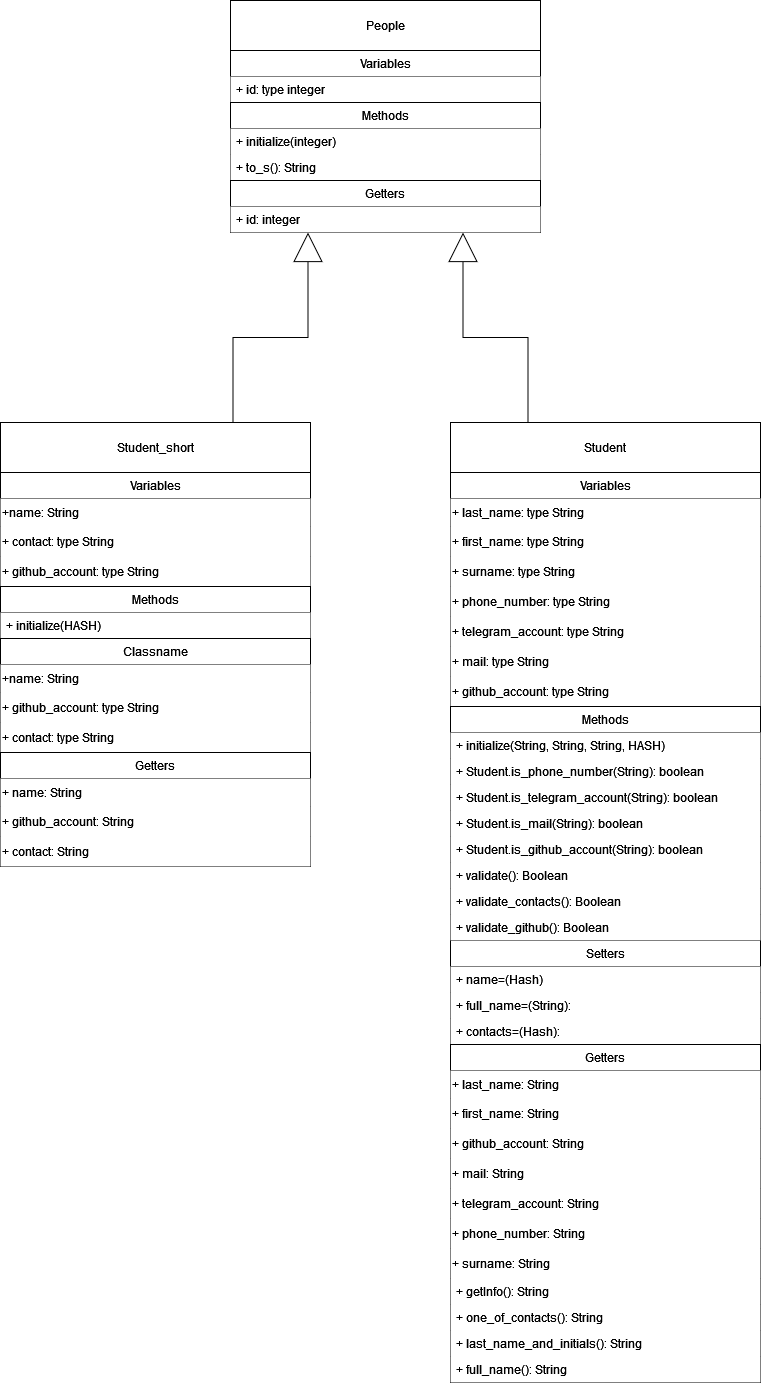
This is Ruby_Kernel_classes_and_models/class_diagram.png from KIJEMORI/Design_Patterns_Ruby, a draw.io export, as it was before one commit. Source tidied: cells renumbered, new cells last; positions are measured from the earlier drawing's top-left corner, leaving out a move shared by most shapes. The source it was exported from:
```xml
<mxGraphModel>
  <root>
    <mxCell id="0" />
    <mxCell id="1" parent="0" />
    <mxCell id="2" value="Setters" style="swimlane;fontStyle=0;horizontal=1;startSize=26;fillColor=default;whiteSpace=wrap;html=1;" parent="1" vertex="1">
      <mxGeometry x="450" y="940" width="310" height="104" as="geometry" />
    </mxCell>
    <mxCell id="3" value="+ name=(Hash)" style="text;strokeColor=none;fillColor=#FFFFFF;align=left;verticalAlign=top;spacingLeft=4;spacingRight=4;overflow=hidden;whiteSpace=wrap;html=1;" parent="2" vertex="1">
      <mxGeometry y="26" width="310" height="26" as="geometry" />
    </mxCell>
    <mxCell id="4" value="+ full_name=(String):" style="text;strokeColor=none;fillColor=#FFFFFF;align=left;verticalAlign=top;spacingLeft=4;spacingRight=4;overflow=hidden;whiteSpace=wrap;html=1;" parent="2" vertex="1">
      <mxGeometry y="52" width="310" height="26" as="geometry" />
    </mxCell>
    <mxCell id="5" value="+ contacts=(Hash):" style="text;strokeColor=none;fillColor=#FFFFFF;align=left;verticalAlign=top;spacingLeft=4;spacingRight=4;overflow=hidden;whiteSpace=wrap;html=1;" parent="2" vertex="1">
      <mxGeometry y="78" width="310" height="26" as="geometry" />
    </mxCell>
    <mxCell id="6" value="Getters" style="swimlane;fontStyle=0;horizontal=1;startSize=26;fillColor=default;whiteSpace=wrap;html=1;" parent="1" vertex="1">
      <mxGeometry x="450" y="1044" width="310" height="338" as="geometry" />
    </mxCell>
    <mxCell id="7" value="&lt;div&gt;+ last_name: String&lt;br&gt;&lt;/div&gt;" style="text;html=1;align=left;verticalAlign=middle;whiteSpace=wrap;rounded=0;fillColor=#FFFFFF;" parent="6" vertex="1">
      <mxGeometry y="26" width="310" height="28" as="geometry" />
    </mxCell>
    <mxCell id="8" value="&lt;div&gt;+ first_name: String&lt;br&gt;&lt;/div&gt;" style="text;html=1;align=left;verticalAlign=middle;whiteSpace=wrap;rounded=0;fillColor=#FFFFFF;" parent="6" vertex="1">
      <mxGeometry y="54" width="310" height="30" as="geometry" />
    </mxCell>
    <mxCell id="9" value="&lt;div&gt;+ github_account: String&lt;br&gt;&lt;/div&gt;" style="text;html=1;align=left;verticalAlign=middle;whiteSpace=wrap;rounded=0;fillColor=#FFFFFF;" parent="6" vertex="1">
      <mxGeometry y="84" width="310" height="30" as="geometry" />
    </mxCell>
    <mxCell id="10" value="&lt;div&gt;+ mail: String&lt;br&gt;&lt;/div&gt;" style="text;html=1;align=left;verticalAlign=middle;whiteSpace=wrap;rounded=0;fillColor=#FFFFFF;" parent="6" vertex="1">
      <mxGeometry y="114" width="310" height="30" as="geometry" />
    </mxCell>
    <mxCell id="11" value="&lt;div&gt;+ telegram_account: String&lt;br&gt;&lt;/div&gt;" style="text;html=1;align=left;verticalAlign=middle;whiteSpace=wrap;rounded=0;fillColor=#FFFFFF;" parent="6" vertex="1">
      <mxGeometry y="144" width="310" height="30" as="geometry" />
    </mxCell>
    <mxCell id="12" value="&lt;div&gt;+ phone_number: String&lt;br&gt;&lt;/div&gt;" style="text;html=1;align=left;verticalAlign=middle;whiteSpace=wrap;rounded=0;fillColor=#FFFFFF;" parent="6" vertex="1">
      <mxGeometry y="174" width="310" height="30" as="geometry" />
    </mxCell>
    <mxCell id="13" value="&lt;div&gt;+ surname: String&lt;br&gt;&lt;/div&gt;" style="text;html=1;align=left;verticalAlign=middle;whiteSpace=wrap;rounded=0;fillColor=#FFFFFF;" parent="6" vertex="1">
      <mxGeometry y="204" width="310" height="30" as="geometry" />
    </mxCell>
    <mxCell id="14" value="+ getInfo(): String" style="text;strokeColor=none;fillColor=#FFFFFF;align=left;verticalAlign=top;spacingLeft=4;spacingRight=4;overflow=hidden;whiteSpace=wrap;html=1;" parent="6" vertex="1">
      <mxGeometry y="234" width="310" height="26" as="geometry" />
    </mxCell>
    <mxCell id="15" value="+ one_of_contacts(): String" style="text;strokeColor=none;fillColor=#FFFFFF;align=left;verticalAlign=top;spacingLeft=4;spacingRight=4;overflow=hidden;whiteSpace=wrap;html=1;" parent="6" vertex="1">
      <mxGeometry y="260" width="310" height="26" as="geometry" />
    </mxCell>
    <mxCell id="16" value="+ last_name_and_initials(): String" style="text;strokeColor=none;fillColor=#FFFFFF;align=left;verticalAlign=top;spacingLeft=4;spacingRight=4;overflow=hidden;whiteSpace=wrap;html=1;" parent="6" vertex="1">
      <mxGeometry y="286" width="310" height="26" as="geometry" />
    </mxCell>
    <mxCell id="17" value="+ full_name(): String" style="text;strokeColor=none;fillColor=#FFFFFF;align=left;verticalAlign=top;spacingLeft=4;spacingRight=4;overflow=hidden;whiteSpace=wrap;html=1;" parent="6" vertex="1">
      <mxGeometry y="312" width="310" height="26" as="geometry" />
    </mxCell>
    <mxCell id="18" style="edgeStyle=orthogonalEdgeStyle;rounded=0;jettySize=auto;html=1;exitX=0.25;exitY=0;exitDx=0;exitDy=0;entryX=0.75;entryY=1;entryDx=0;entryDy=0;endSize=27;endArrow=block;endFill=0;" parent="1" edge="1" source="19" target="59">
      <mxGeometry relative="1" as="geometry" />
    </mxCell>
    <mxCell id="19" value="Student" style="html=1;whiteSpace=wrap;" parent="1" vertex="1">
      <mxGeometry x="450" y="422" width="310" height="50" as="geometry" />
    </mxCell>
    <mxCell id="20" value="Variables" style="swimlane;fontStyle=0;horizontal=1;startSize=26;fillColor=default;whiteSpace=wrap;html=1;" parent="1" vertex="1">
      <mxGeometry x="450" y="472" width="310" height="234" as="geometry" />
    </mxCell>
    <mxCell id="21" value="&lt;div&gt;+ last_name: type String&lt;br&gt;&lt;/div&gt;" style="text;html=1;align=left;verticalAlign=middle;whiteSpace=wrap;rounded=0;fillColor=#FFFFFF;" parent="20" vertex="1">
      <mxGeometry y="26" width="310" height="28" as="geometry" />
    </mxCell>
    <mxCell id="22" value="&lt;div&gt;+ first_name: type String&lt;br&gt;&lt;/div&gt;" style="text;html=1;align=left;verticalAlign=middle;whiteSpace=wrap;rounded=0;fillColor=#FFFFFF;" parent="20" vertex="1">
      <mxGeometry y="54" width="310" height="30" as="geometry" />
    </mxCell>
    <mxCell id="23" value="&lt;div&gt;+ surname: type String&lt;br&gt;&lt;/div&gt;" style="text;html=1;align=left;verticalAlign=middle;whiteSpace=wrap;rounded=0;fillColor=#FFFFFF;" parent="20" vertex="1">
      <mxGeometry y="84" width="310" height="30" as="geometry" />
    </mxCell>
    <mxCell id="24" value="&lt;div&gt;+ phone_number: type String&lt;br&gt;&lt;/div&gt;" style="text;html=1;align=left;verticalAlign=middle;whiteSpace=wrap;rounded=0;fillColor=#FFFFFF;" parent="20" vertex="1">
      <mxGeometry y="114" width="310" height="30" as="geometry" />
    </mxCell>
    <mxCell id="25" value="&lt;div&gt;+ telegram_account: type String&lt;br&gt;&lt;/div&gt;" style="text;html=1;align=left;verticalAlign=middle;whiteSpace=wrap;rounded=0;fillColor=#FFFFFF;" parent="20" vertex="1">
      <mxGeometry y="144" width="310" height="30" as="geometry" />
    </mxCell>
    <mxCell id="26" value="&lt;div&gt;+ mail: type String&lt;br&gt;&lt;/div&gt;" style="text;html=1;align=left;verticalAlign=middle;whiteSpace=wrap;rounded=0;fillColor=#FFFFFF;" parent="20" vertex="1">
      <mxGeometry y="174" width="310" height="30" as="geometry" />
    </mxCell>
    <mxCell id="27" value="&lt;div&gt;+ github_account: type String&lt;br&gt;&lt;/div&gt;" style="text;html=1;align=left;verticalAlign=middle;whiteSpace=wrap;rounded=0;fillColor=#FFFFFF;" parent="20" vertex="1">
      <mxGeometry y="204" width="310" height="30" as="geometry" />
    </mxCell>
    <mxCell id="28" value="Methods" style="swimlane;fontStyle=0;horizontal=1;startSize=26;fillColor=default;whiteSpace=wrap;html=1;" parent="1" vertex="1">
      <mxGeometry x="450" y="706" width="310" height="234" as="geometry" />
    </mxCell>
    <mxCell id="29" value="+ initialize(String, String, String, HASH)" style="text;strokeColor=none;fillColor=#FFFFFF;align=left;verticalAlign=top;spacingLeft=4;spacingRight=4;overflow=hidden;whiteSpace=wrap;html=1;" parent="28" vertex="1">
      <mxGeometry y="26" width="310" height="26" as="geometry" />
    </mxCell>
    <mxCell id="30" value="+ Student.is_phone_number(String): boolean" style="text;strokeColor=none;fillColor=#FFFFFF;align=left;verticalAlign=top;spacingLeft=4;spacingRight=4;overflow=hidden;whiteSpace=wrap;html=1;" parent="28" vertex="1">
      <mxGeometry y="52" width="310" height="26" as="geometry" />
    </mxCell>
    <mxCell id="31" value="+ Student.is_telegram_account(String): boolean" style="text;strokeColor=none;fillColor=#FFFFFF;align=left;verticalAlign=top;spacingLeft=4;spacingRight=4;overflow=hidden;whiteSpace=wrap;html=1;" parent="28" vertex="1">
      <mxGeometry y="78" width="310" height="26" as="geometry" />
    </mxCell>
    <mxCell id="32" value="+ Student.is_mail(String): boolean" style="text;strokeColor=none;fillColor=#FFFFFF;align=left;verticalAlign=top;spacingLeft=4;spacingRight=4;overflow=hidden;whiteSpace=wrap;html=1;" parent="28" vertex="1">
      <mxGeometry y="104" width="310" height="26" as="geometry" />
    </mxCell>
    <mxCell id="33" value="+ Student.is_github_account(String): boolean" style="text;strokeColor=none;fillColor=#FFFFFF;align=left;verticalAlign=top;spacingLeft=4;spacingRight=4;overflow=hidden;whiteSpace=wrap;html=1;" parent="28" vertex="1">
      <mxGeometry y="130" width="310" height="26" as="geometry" />
    </mxCell>
    <mxCell id="34" value="+ validate(): Boolean" style="text;strokeColor=none;fillColor=#FFFFFF;align=left;verticalAlign=top;spacingLeft=4;spacingRight=4;overflow=hidden;whiteSpace=wrap;html=1;" parent="28" vertex="1">
      <mxGeometry y="156" width="310" height="26" as="geometry" />
    </mxCell>
    <mxCell id="35" value="+ validate_contacts(): Boolean" style="text;strokeColor=none;fillColor=#FFFFFF;align=left;verticalAlign=top;spacingLeft=4;spacingRight=4;overflow=hidden;whiteSpace=wrap;html=1;" parent="28" vertex="1">
      <mxGeometry y="182" width="310" height="26" as="geometry" />
    </mxCell>
    <mxCell id="36" value="+ validate_github(): Boolean" style="text;strokeColor=none;fillColor=#FFFFFF;align=left;verticalAlign=top;spacingLeft=4;spacingRight=4;overflow=hidden;whiteSpace=wrap;html=1;" parent="28" vertex="1">
      <mxGeometry y="208" width="310" height="26" as="geometry" />
    </mxCell>
    <mxCell id="37" style="edgeStyle=orthogonalEdgeStyle;rounded=0;jettySize=auto;html=1;exitX=0.75;exitY=0;exitDx=0;exitDy=0;entryX=0.25;entryY=1;entryDx=0;entryDy=0;endArrow=block;endFill=0;endSize=27;" parent="1" edge="1" source="38" target="59">
      <mxGeometry relative="1" as="geometry" />
    </mxCell>
    <mxCell id="38" value="Student_short" style="html=1;whiteSpace=wrap;" parent="1" vertex="1">
      <mxGeometry y="422" width="310" height="50" as="geometry" />
    </mxCell>
    <mxCell id="39" value="Variables" style="swimlane;fontStyle=0;horizontal=1;startSize=26;fillColor=default;whiteSpace=wrap;html=1;" parent="1" vertex="1">
      <mxGeometry y="472" width="310" height="114" as="geometry" />
    </mxCell>
    <mxCell id="40" value="+name: String" style="text;html=1;align=left;verticalAlign=middle;whiteSpace=wrap;rounded=0;fillColor=#FFFFFF;" parent="39" vertex="1">
      <mxGeometry y="26" width="310" height="28" as="geometry" />
    </mxCell>
    <mxCell id="41" value="&lt;div&gt;+ contact: type String&lt;br&gt;&lt;/div&gt;" style="text;html=1;align=left;verticalAlign=middle;whiteSpace=wrap;rounded=0;fillColor=#FFFFFF;" parent="39" vertex="1">
      <mxGeometry y="54" width="310" height="30" as="geometry" />
    </mxCell>
    <mxCell id="42" value="&lt;div&gt;+ github_account: type String&lt;br&gt;&lt;/div&gt;" style="text;html=1;align=left;verticalAlign=middle;whiteSpace=wrap;rounded=0;fillColor=#FFFFFF;" parent="39" vertex="1">
      <mxGeometry y="84" width="310" height="30" as="geometry" />
    </mxCell>
    <mxCell id="43" value="Methods" style="swimlane;fontStyle=0;horizontal=1;startSize=26;fillColor=default;whiteSpace=wrap;html=1;" parent="1" vertex="1">
      <mxGeometry y="586" width="310" height="52" as="geometry" />
    </mxCell>
    <mxCell id="44" value="+ initialize(HASH)" style="text;strokeColor=none;fillColor=#FFFFFF;align=left;verticalAlign=top;spacingLeft=4;spacingRight=4;overflow=hidden;whiteSpace=wrap;html=1;" parent="43" vertex="1">
      <mxGeometry y="26" width="310" height="26" as="geometry" />
    </mxCell>
    <mxCell id="45" value="Classname" style="swimlane;fontStyle=0;horizontal=1;startSize=26;fillColor=default;whiteSpace=wrap;html=1;" parent="1" vertex="1">
      <mxGeometry y="638" width="310" height="114" as="geometry" />
    </mxCell>
    <mxCell id="46" value="+name: String" style="text;html=1;align=left;verticalAlign=middle;whiteSpace=wrap;rounded=0;fillColor=#FFFFFF;" parent="45" vertex="1">
      <mxGeometry y="26" width="310" height="28" as="geometry" />
    </mxCell>
    <mxCell id="47" value="&lt;div&gt;+ github_account: type String&lt;br&gt;&lt;/div&gt;" style="text;html=1;align=left;verticalAlign=middle;whiteSpace=wrap;rounded=0;fillColor=#FFFFFF;" parent="45" vertex="1">
      <mxGeometry y="54" width="310" height="30" as="geometry" />
    </mxCell>
    <mxCell id="48" value="&lt;div&gt;+ contact: type String&lt;br&gt;&lt;/div&gt;" style="text;html=1;align=left;verticalAlign=middle;whiteSpace=wrap;rounded=0;fillColor=#FFFFFF;" parent="45" vertex="1">
      <mxGeometry y="84" width="310" height="30" as="geometry" />
    </mxCell>
    <mxCell id="49" value="People" style="html=1;whiteSpace=wrap;" parent="1" vertex="1">
      <mxGeometry x="230" width="310" height="50" as="geometry" />
    </mxCell>
    <mxCell id="50" value="Variables" style="swimlane;fontStyle=0;horizontal=1;startSize=26;fillColor=default;whiteSpace=wrap;html=1;" parent="1" vertex="1">
      <mxGeometry x="230" y="50" width="310" height="52" as="geometry" />
    </mxCell>
    <mxCell id="51" value="&lt;div&gt;+ id: type integer&lt;/div&gt;" style="text;strokeColor=none;fillColor=#FFFFFF;align=left;verticalAlign=top;spacingLeft=4;spacingRight=4;overflow=hidden;whiteSpace=wrap;html=1;" parent="50" vertex="1">
      <mxGeometry y="26" width="310" height="26" as="geometry" />
    </mxCell>
    <mxCell id="52" value="Methods" style="swimlane;fontStyle=0;horizontal=1;startSize=26;fillColor=default;whiteSpace=wrap;html=1;" parent="1" vertex="1">
      <mxGeometry x="230" y="102" width="310" height="78" as="geometry" />
    </mxCell>
    <mxCell id="53" value="+ initialize(integer)" style="text;strokeColor=none;fillColor=#FFFFFF;align=left;verticalAlign=top;spacingLeft=4;spacingRight=4;overflow=hidden;whiteSpace=wrap;html=1;" parent="52" vertex="1">
      <mxGeometry y="26" width="310" height="26" as="geometry" />
    </mxCell>
    <mxCell id="54" value="+ to_s(): String" style="text;strokeColor=none;fillColor=#FFFFFF;align=left;verticalAlign=top;spacingLeft=4;spacingRight=4;overflow=hidden;whiteSpace=wrap;html=1;" parent="52" vertex="1">
      <mxGeometry y="52" width="310" height="26" as="geometry" />
    </mxCell>
    <mxCell id="55" value="Getters" style="swimlane;fontStyle=0;horizontal=1;startSize=26;fillColor=default;whiteSpace=wrap;html=1;" parent="1" vertex="1">
      <mxGeometry y="752" width="310" height="114" as="geometry" />
    </mxCell>
    <mxCell id="56" value="+ name: String" style="text;html=1;align=left;verticalAlign=middle;whiteSpace=wrap;rounded=0;fillColor=#FFFFFF;" parent="55" vertex="1">
      <mxGeometry y="26" width="310" height="28" as="geometry" />
    </mxCell>
    <mxCell id="57" value="&lt;div&gt;+ github_account: String&lt;br&gt;&lt;/div&gt;" style="text;html=1;align=left;verticalAlign=middle;whiteSpace=wrap;rounded=0;fillColor=#FFFFFF;" parent="55" vertex="1">
      <mxGeometry y="54" width="310" height="30" as="geometry" />
    </mxCell>
    <mxCell id="58" value="&lt;div&gt;+ contact: String&lt;br&gt;&lt;/div&gt;" style="text;html=1;align=left;verticalAlign=middle;whiteSpace=wrap;rounded=0;fillColor=#FFFFFF;" parent="55" vertex="1">
      <mxGeometry y="84" width="310" height="30" as="geometry" />
    </mxCell>
    <mxCell id="59" value="Getters" style="swimlane;fontStyle=0;horizontal=1;startSize=26;fillColor=default;whiteSpace=wrap;html=1;" parent="1" vertex="1">
      <mxGeometry x="230" y="180" width="310" height="52" as="geometry" />
    </mxCell>
    <mxCell id="60" value="&lt;div&gt;+ id: integer&lt;/div&gt;" style="text;strokeColor=none;fillColor=#FFFFFF;align=left;verticalAlign=top;spacingLeft=4;spacingRight=4;overflow=hidden;whiteSpace=wrap;html=1;" parent="59" vertex="1">
      <mxGeometry y="26" width="310" height="26" as="geometry" />
    </mxCell>
  </root>
</mxGraphModel>
```
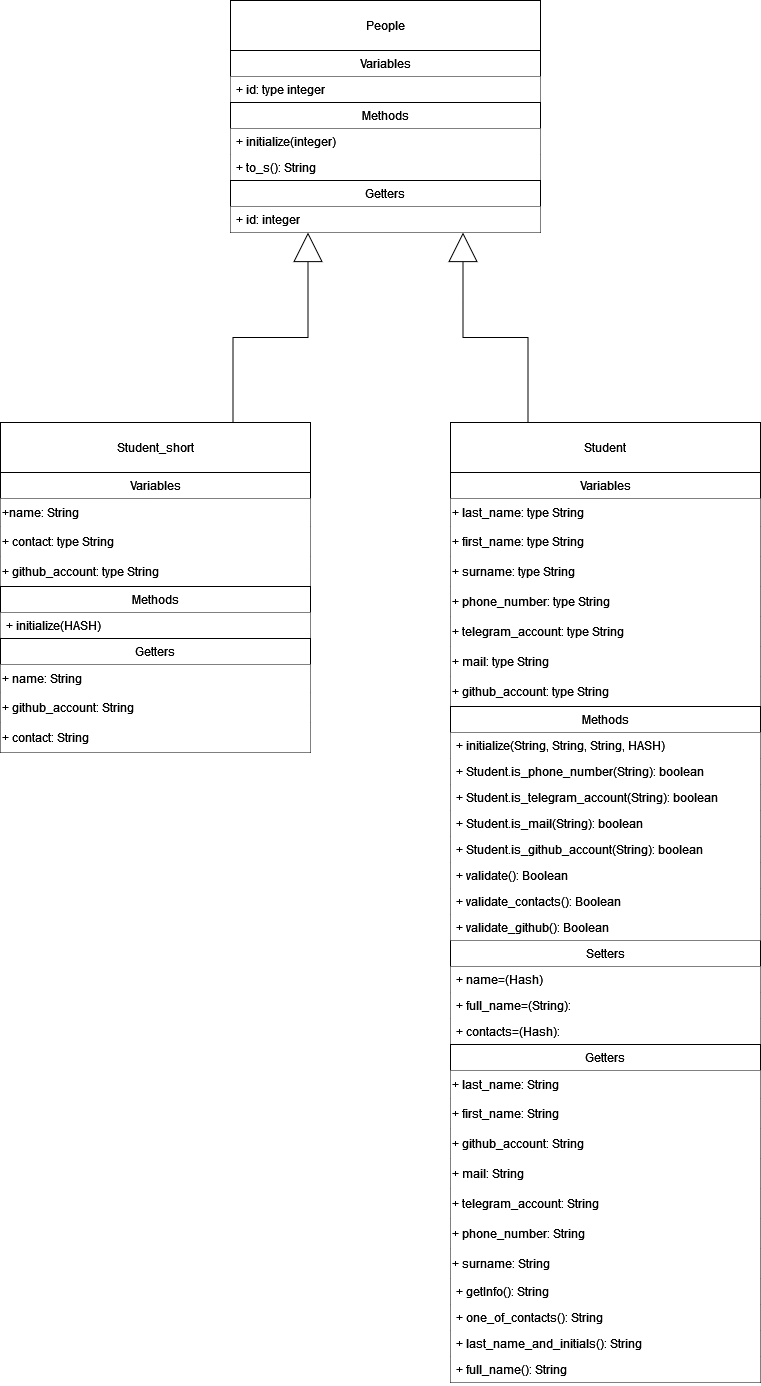
Above is the later version.

Commit message:
Lab 2 | Task 2 | class diagram

удалил случайно созданное поле

The edit, as a diff of the source:
```diff
@@ -131,18 +131,6 @@
     <mxCell id="44" value="+ initialize(HASH)" style="text;strokeColor=none;fillColor=#FFFFFF;align=left;verticalAlign=top;spacingLeft=4;spacingRight=4;overflow=hidden;whiteSpace=wrap;html=1;" parent="43" vertex="1">
       <mxGeometry y="26" width="310" height="26" as="geometry" />
     </mxCell>
-    <mxCell id="45" value="Classname" style="swimlane;fontStyle=0;horizontal=1;startSize=26;fillColor=default;whiteSpace=wrap;html=1;" parent="1" vertex="1">
-      <mxGeometry y="638" width="310" height="114" as="geometry" />
-    </mxCell>
-    <mxCell id="46" value="+name: String" style="text;html=1;align=left;verticalAlign=middle;whiteSpace=wrap;rounded=0;fillColor=#FFFFFF;" parent="45" vertex="1">
-      <mxGeometry y="26" width="310" height="28" as="geometry" />
-    </mxCell>
-    <mxCell id="47" value="&lt;div&gt;+ github_account: type String&lt;br&gt;&lt;/div&gt;" style="text;html=1;align=left;verticalAlign=middle;whiteSpace=wrap;rounded=0;fillColor=#FFFFFF;" parent="45" vertex="1">
-      <mxGeometry y="54" width="310" height="30" as="geometry" />
-    </mxCell>
-    <mxCell id="48" value="&lt;div&gt;+ contact: type String&lt;br&gt;&lt;/div&gt;" style="text;html=1;align=left;verticalAlign=middle;whiteSpace=wrap;rounded=0;fillColor=#FFFFFF;" parent="45" vertex="1">
-      <mxGeometry y="84" width="310" height="30" as="geometry" />
-    </mxCell>
     <mxCell id="49" value="People" style="html=1;whiteSpace=wrap;" parent="1" vertex="1">
       <mxGeometry x="230" width="310" height="50" as="geometry" />
     </mxCell>
@@ -162,7 +150,7 @@
       <mxGeometry y="52" width="310" height="26" as="geometry" />
     </mxCell>
     <mxCell id="55" value="Getters" style="swimlane;fontStyle=0;horizontal=1;startSize=26;fillColor=default;whiteSpace=wrap;html=1;" parent="1" vertex="1">
-      <mxGeometry y="752" width="310" height="114" as="geometry" />
+      <mxGeometry y="638" width="310" height="114" as="geometry" />
     </mxCell>
     <mxCell id="56" value="+ name: String" style="text;html=1;align=left;verticalAlign=middle;whiteSpace=wrap;rounded=0;fillColor=#FFFFFF;" parent="55" vertex="1">
       <mxGeometry y="26" width="310" height="28" as="geometry" />
```
